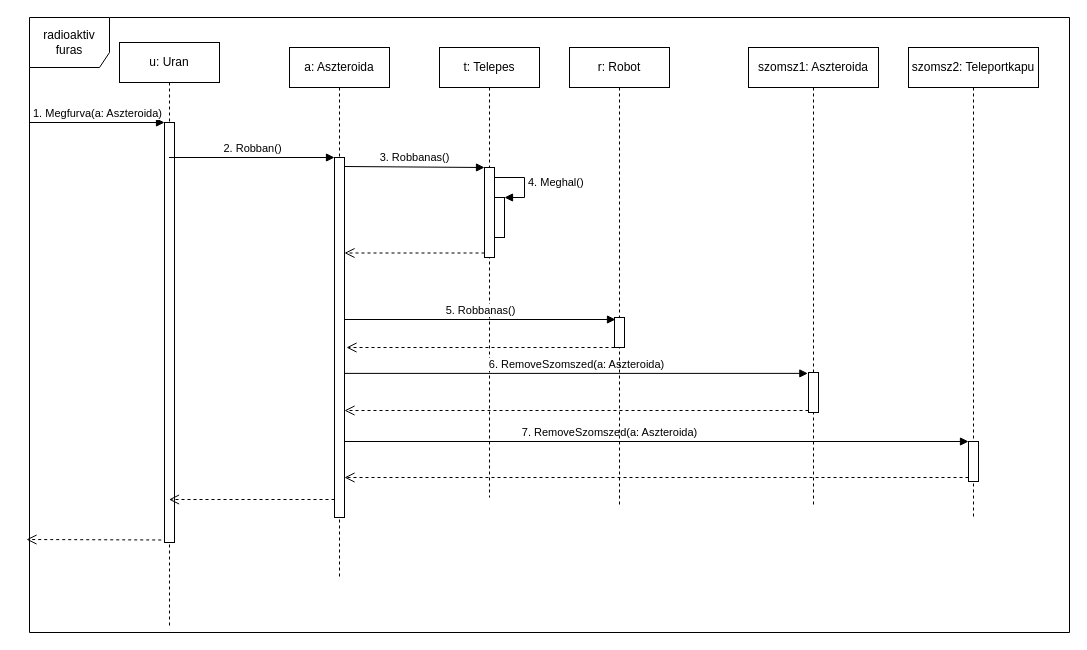
Before: page "Uran-furas" (4 of 7) of doc/szekvencia/szek_TelepesFur.drawio in torpeBoiGo/aszteroidabanyaszat, a draw.io diagram. Source tidied: cells renumbered, new cells numbered last; positions are measured from the earlier drawing's top-left corner, leaving out a move shared by most shapes. Both pictures are drawn from the tidied source at 100%, with x=0, y=0 at pixel (26, 17).
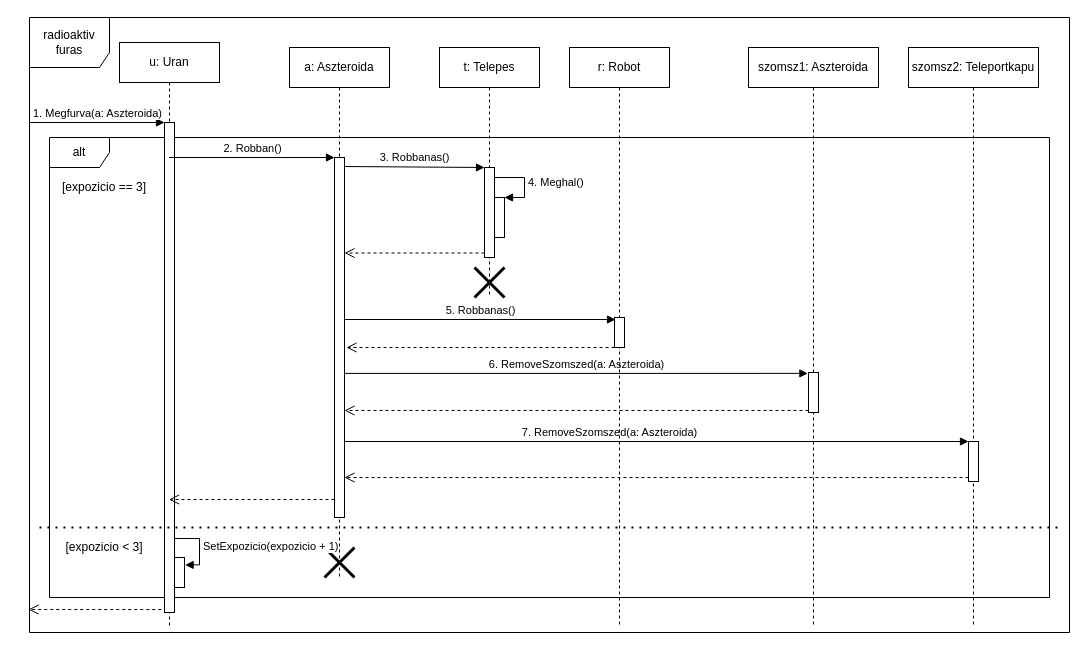
After the change.

Unchanged cells that the change refers to:
```xml
<mxCell id="3" value="u: Uran" style="shape=umlLifeline;perimeter=lifelinePerimeter;whiteSpace=wrap;html=1;outlineConnect=0;" parent="1" vertex="1">
  <mxGeometry x="93" y="25" width="100" height="585" as="geometry" />
</mxCell>
<mxCell id="6" value="a: Aszteroida" style="shape=umlLifeline;perimeter=lifelinePerimeter;whiteSpace=wrap;html=1;" parent="1" vertex="1">
  <mxGeometry x="263" y="30" width="100" height="530" as="geometry" />
</mxCell>
```

The edit, as a diff of the source:
```diff
@@
+    <mxCell id="29" value="alt" style="shape=umlFrame;whiteSpace=wrap;html=1;" parent="1" vertex="1">
+      <mxGeometry x="23" y="120" width="1000" height="460" as="geometry" />
+    </mxCell>
@@
     <mxCell id="4" style="html=1;points=[];perimeter=orthogonalPerimeter;" parent="3" vertex="1">
-      <mxGeometry x="45" y="80" width="10" height="420" as="geometry" />
+      <mxGeometry x="45" y="80" width="10" height="490" as="geometry" />
     </mxCell>
@@
+    <mxCell id="30" style="shape=umlDestroy;whiteSpace=wrap;html=1;strokeWidth=3;" parent="6" vertex="1">
+      <mxGeometry x="35" y="500" width="30" height="30" as="geometry" />
+    </mxCell>
@@
     <mxCell id="10" value="t: Telepes" style="shape=umlLifeline;perimeter=lifelinePerimeter;whiteSpace=wrap;html=1;" parent="1" vertex="1">
-      <mxGeometry x="413" y="30" width="100" height="450" as="geometry" />
+      <mxGeometry x="413" y="30" width="100" height="250" as="geometry" />
     </mxCell>
@@
+    <mxCell id="31" style="shape=umlDestroy;whiteSpace=wrap;html=1;strokeWidth=3;" parent="10" vertex="1">
+      <mxGeometry x="35" y="220" width="30" height="30" as="geometry" />
+    </mxCell>
@@
     <mxCell id="18" value="szomsz2: Teleportkapu" style="shape=umlLifeline;perimeter=lifelinePerimeter;whiteSpace=wrap;html=1;" parent="1" vertex="1">
-      <mxGeometry x="882" y="30" width="130" height="470" as="geometry" />
+      <mxGeometry x="882" y="30" width="130" height="580" as="geometry" />
     </mxCell>
@@
     <mxCell id="20" value="szomsz1: Aszteroida" style="shape=umlLifeline;perimeter=lifelinePerimeter;whiteSpace=wrap;html=1;" parent="1" vertex="1">
-      <mxGeometry x="722" y="30" width="130" height="460" as="geometry" />
+      <mxGeometry x="722" y="30" width="130" height="580" as="geometry" />
     </mxCell>
@@
     <mxCell id="22" style="html=1;verticalAlign=bottom;endArrow=open;dashed=1;endSize=8;exitX=-0.329;exitY=0.994;exitDx=0;exitDy=0;exitPerimeter=0;" parent="1" edge="1" source="4">
       <mxGeometry relative="1" as="geometry">
-        <mxPoint y="522" as="targetPoint" />
+        <mxPoint x="2" y="592" as="targetPoint" />
       </mxGeometry>
     </mxCell>
@@
     <mxCell id="25" value="r: Robot" style="shape=umlLifeline;perimeter=lifelinePerimeter;whiteSpace=wrap;html=1;" parent="1" vertex="1">
-      <mxGeometry x="543" y="30" width="100" height="460" as="geometry" />
+      <mxGeometry x="543" y="30" width="100" height="580" as="geometry" />
     </mxCell>
@@
+    <mxCell id="32" value="[expozicio == 3]" style="text;html=1;strokeColor=none;fillColor=none;align=center;verticalAlign=middle;whiteSpace=wrap;rounded=0;" parent="1" vertex="1">
+      <mxGeometry x="33" y="160" width="90" height="20" as="geometry" />
+    </mxCell>
+    <mxCell id="33" value="[expozicio &amp;lt; 3]" style="text;html=1;strokeColor=none;fillColor=none;align=center;verticalAlign=middle;whiteSpace=wrap;rounded=0;" parent="1" vertex="1">
+      <mxGeometry x="33" y="520" width="90" height="20" as="geometry" />
+    </mxCell>
+    <mxCell id="34" style="endArrow=none;dashed=1;html=1;dashPattern=1 3;strokeWidth=2;" parent="1" edge="1">
+      <mxGeometry relative="1" as="geometry">
+        <mxPoint x="13" y="510" as="sourcePoint" />
+        <mxPoint x="1033" y="510" as="targetPoint" />
+      </mxGeometry>
+    </mxCell>
+    <mxCell id="35" style="html=1;points=[];perimeter=orthogonalPerimeter;" parent="1" vertex="1">
+      <mxGeometry x="148" y="540" width="10" height="30" as="geometry" />
+    </mxCell>
+    <mxCell id="36" value="SetExpozicio(expozicio + 1)" style="edgeStyle=orthogonalEdgeStyle;html=1;align=left;spacingLeft=2;endArrow=block;rounded=0;entryX=1.06;entryY=0.247;entryDx=0;entryDy=0;entryPerimeter=0;" parent="1" edge="1" source="4" target="35">
+      <mxGeometry relative="1" as="geometry">
+        <Array as="points">
+          <mxPoint x="173" y="521" />
+          <mxPoint x="173" y="547" />
+        </Array>
+      </mxGeometry>
+    </mxCell>
```
